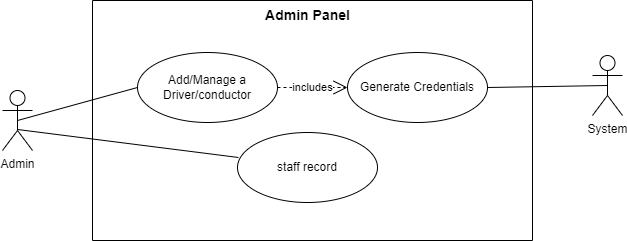
This is Project Real-Time Bus ID Verification and Tracking/DOCUMENTATION/UseCaseDiagrams/BusStaffManagement.drawio.png from Abubakar-doc/FYP-24-SE-A-204, a draw.io export, as it was before one commit. Source tidied: cells renumbered, new cells last; positions are measured from the earlier drawing's top-left corner, leaving out a move shared by most shapes.
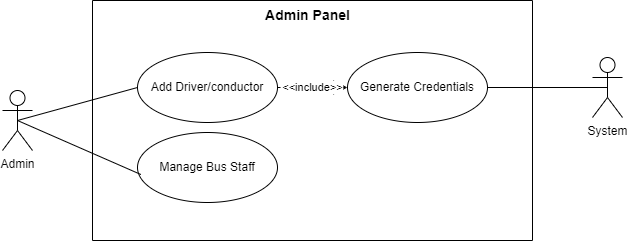
The same file after the commit.

The edit, as a diff of the source:
```diff
@@ -5,17 +5,14 @@
     <mxCell id="2" style="swimlane;startSize=0;" parent="1" vertex="1">
       <mxGeometry x="90" width="440" height="240" as="geometry" />
     </mxCell>
-    <mxCell id="3" value="includes" style="endArrow=open;endSize=12;dashed=1;html=1;rounded=0;" parent="2" edge="1" source="5" target="7">
+    <mxCell id="3" value="&amp;lt;&amp;lt;include&amp;gt;&amp;gt;" style="endArrow=open;endSize=12;dashed=1;html=1;rounded=0;" parent="2" edge="1" source="5" target="7">
       <mxGeometry relative="1" as="geometry" />
     </mxCell>
-    <mxCell id="4" value="System" style="shape=umlActor;verticalLabelPosition=bottom;verticalAlign=top;html=1;" parent="2" vertex="1">
-      <mxGeometry x="500" y="55" width="30" height="60" as="geometry" />
-    </mxCell>
-    <mxCell id="5" value="Add/Manage a Driver/conductor" style="ellipse;whiteSpace=wrap;html=1;" parent="2" vertex="1">
+    <mxCell id="5" value="Add Driver/conductor" style="ellipse;whiteSpace=wrap;html=1;" parent="2" vertex="1">
       <mxGeometry x="45" y="52" width="140" height="70" as="geometry" />
     </mxCell>
-    <mxCell id="6" value="staff record" style="ellipse;whiteSpace=wrap;html=1;" parent="2" vertex="1">
-      <mxGeometry x="145" y="132" width="140" height="70" as="geometry" />
+    <mxCell id="6" value="Manage Bus Staff" style="ellipse;whiteSpace=wrap;html=1;" parent="2" vertex="1">
+      <mxGeometry x="45" y="132" width="140" height="70" as="geometry" />
     </mxCell>
     <mxCell id="7" value="Generate Credentials" style="ellipse;whiteSpace=wrap;html=1;" parent="2" vertex="1">
       <mxGeometry x="255" y="52" width="140" height="70" as="geometry" />
@@ -23,17 +20,20 @@
     <mxCell id="8" value="&lt;b&gt;&lt;font style=&quot;font-size: 14px;&quot;&gt;Admin Panel&lt;/font&gt;&lt;/b&gt;" style="text;html=1;align=center;verticalAlign=middle;strokeColor=none;fillColor=none;" parent="2" vertex="1">
       <mxGeometry x="160" width="110" height="30" as="geometry" />
     </mxCell>
-    <mxCell id="9" style="endArrow=none;html=1;rounded=0;entryX=0.5;entryY=0.5;entryDx=0;entryDy=0;entryPerimeter=0;exitX=1;exitY=0.5;exitDx=0;exitDy=0;" parent="2" edge="1" source="7" target="4">
-      <mxGeometry relative="1" as="geometry" />
-    </mxCell>
+    <mxCell id="11" style="rounded=0;jettySize=auto;html=1;exitX=0.5;exitY=0.5;exitDx=0;exitDy=0;exitPerimeter=0;entryX=0;entryY=0.5;entryDx=0;entryDy=0;endArrow=none;startFill=0;" parent="1" edge="1" source="10" target="5">
+      <mxGeometry relative="1" as="geometry" />
+    </mxCell>
     <mxCell id="10" value="Admin" style="shape=umlActor;verticalLabelPosition=bottom;verticalAlign=top;html=1;" parent="1" vertex="1">
       <mxGeometry y="90" width="30" height="60" as="geometry" />
     </mxCell>
-    <mxCell id="11" style="endArrow=none;html=1;rounded=0;exitX=0.5;exitY=0.5;exitDx=0;exitDy=0;exitPerimeter=0;entryX=0;entryY=0.5;entryDx=0;entryDy=0;" parent="1" edge="1" source="10" target="5">
-      <mxGeometry relative="1" as="geometry" />
-    </mxCell>
-    <mxCell id="12" style="endArrow=none;html=1;rounded=0;exitX=0.5;exitY=0.65;exitDx=0;exitDy=0;exitPerimeter=0;entryX=0.007;entryY=0.357;entryDx=0;entryDy=0;entryPerimeter=0;" parent="1" edge="1" source="10" target="6">
+    <mxCell id="12" style="rounded=0;jettySize=auto;html=1;exitX=0.5;exitY=0.5;exitDx=0;exitDy=0;exitPerimeter=0;entryX=0.024;entryY=0.6;entryDx=0;entryDy=0;entryPerimeter=0;strokeColor=default;endArrow=none;startFill=0;" parent="1" edge="1" source="10" target="6">
       <mxGeometry relative="1" as="geometry" />
     </mxCell>
+    <mxCell id="4" value="System" style="shape=umlActor;verticalLabelPosition=bottom;verticalAlign=top;html=1;" parent="1" vertex="1">
+      <mxGeometry x="590" y="57" width="30" height="60" as="geometry" />
+    </mxCell>
+    <mxCell id="13" style="rounded=0;jettySize=auto;html=1;exitX=0.5;exitY=0.5;exitDx=0;exitDy=0;exitPerimeter=0;entryX=1;entryY=0.5;entryDx=0;entryDy=0;endArrow=none;startFill=0;" parent="1" edge="1" source="4" target="7">
+      <mxGeometry relative="1" as="geometry" />
+    </mxCell>
   </root>
 </mxGraphModel>
```
